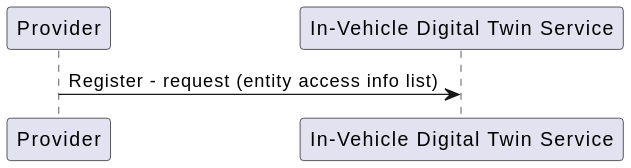
Before: docs/design/diagrams/register_sequence.svg, a diagram exported from PlantUML (eclipse-ibeji/ibeji).
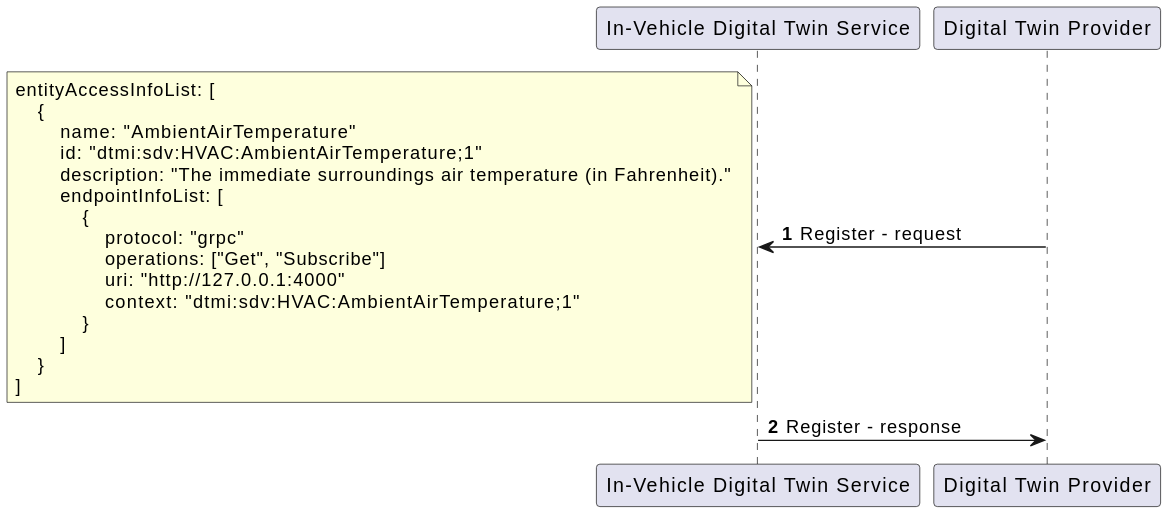
Later version of the same file.

The edit, as a diff of the source:
```diff
@@ -1,6 +1,24 @@
 @startuml
-participant "Provider"
-participant "In-Vehicle Digital Twin Service"
+autonumber
 
-"Provider" -> "In-Vehicle Digital Twin Service" : Register - request (entity access info list)
+"In-Vehicle Digital Twin Service"  <- "Digital Twin Provider" : Register - request
+note left
+entityAccessInfoList: [
+    {
+        name: "AmbientAirTemperature"
+        id: "dtmi:sdv:HVAC:AmbientAirTemperature;1"
+        description: "The immediate surroundings air temperature (in Fahrenheit)."
+        endpointInfoList: [
+            {
+                protocol: "grpc"
+                operations: ["Get", "Subscribe"]
+                uri: "http://127.0.0.1:4000"
+                context: "dtmi:sdv:HVAC:AmbientAirTemperature;1"
+            }
+        ]
+    }
+]
+end note
+
+"In-Vehicle Digital Twin Service" -> "Digital Twin Provider": Register - response
 @enduml
```
